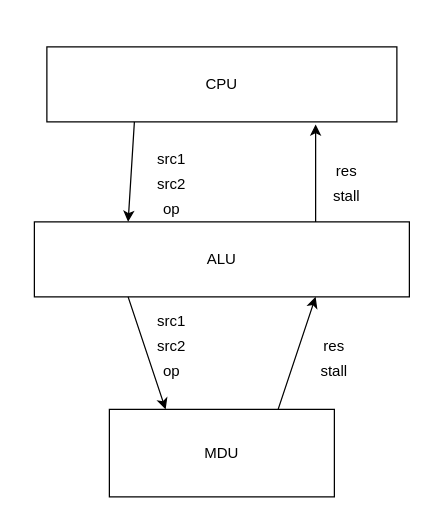
The draw.io diagram difftes.drawio in Ziyue-Zhang/thesis-picture, before the edit. Source tidied: cells renumbered, new cells numbered last; positions are measured from the earlier drawing's top-left corner, leaving out a move shared by most shapes. Both pictures are drawn from the tidied source at 125%, with x=0, y=0 at pixel (34, 46).
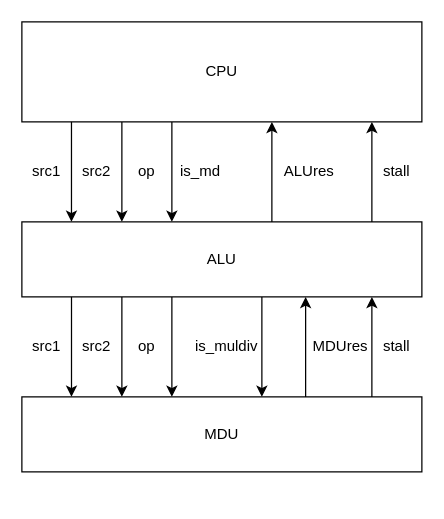
Above is the later version.

Change to the diagram source:
```diff
@@
     <mxCell id="2" value="MDU" style="rounded=0;whiteSpace=wrap;html=1;" parent="1" vertex="1">
-      <mxGeometry x="60" y="290" width="180" height="70" as="geometry" />
+      <mxGeometry x="-10" y="280" width="320" height="60" as="geometry" />
     </mxCell>
     <mxCell id="3" value="ALU" style="rounded=0;whiteSpace=wrap;html=1;" parent="1" vertex="1">
-      <mxGeometry y="140" width="300" height="60" as="geometry" />
+      <mxGeometry x="-10" y="140" width="320" height="60" as="geometry" />
     </mxCell>
     <mxCell id="4" value="CPU" style="rounded=0;whiteSpace=wrap;html=1;" parent="1" vertex="1">
-      <mxGeometry x="10" width="280" height="60" as="geometry" />
+      <mxGeometry x="-10" y="-20" width="320" height="80" as="geometry" />
     </mxCell>
-    <mxCell id="5" style="endArrow=classic;html=1;exitX=0.25;exitY=1;exitDx=0;exitDy=0;entryX=0.25;entryY=0;entryDx=0;entryDy=0;" parent="1" edge="1" source="4" target="3">
+    <mxCell id="5" style="endArrow=classic;html=1;entryX=0.124;entryY=0;entryDx=0;entryDy=0;entryPerimeter=0;exitX=0.124;exitY=1;exitDx=0;exitDy=0;exitPerimeter=0;" parent="1" edge="1" source="4" target="3">
       <mxGeometry relative="1" as="geometry" />
     </mxCell>
     <mxCell id="6" value="src1" style="text;html=1;strokeColor=none;fillColor=none;align=center;verticalAlign=middle;whiteSpace=wrap;rounded=0;" parent="1" vertex="1">
-      <mxGeometry x="90" y="80" width="40" height="20" as="geometry" />
+      <mxGeometry x="-10" y="90" width="40" height="20" as="geometry" />
     </mxCell>
     <mxCell id="7" value="src2" style="text;html=1;strokeColor=none;fillColor=none;align=center;verticalAlign=middle;whiteSpace=wrap;rounded=0;" parent="1" vertex="1">
-      <mxGeometry x="90" y="100" width="40" height="20" as="geometry" />
+      <mxGeometry x="30" y="90" width="40" height="20" as="geometry" />
     </mxCell>
     <mxCell id="8" value="op" style="text;html=1;strokeColor=none;fillColor=none;align=center;verticalAlign=middle;whiteSpace=wrap;rounded=0;" parent="1" vertex="1">
-      <mxGeometry x="90" y="120" width="40" height="20" as="geometry" />
+      <mxGeometry x="70" y="90" width="40" height="20" as="geometry" />
     </mxCell>
-    <mxCell id="9" style="endArrow=classic;html=1;exitX=0.75;exitY=0;exitDx=0;exitDy=0;entryX=0.75;entryY=1;entryDx=0;entryDy=0;" parent="1" edge="1" source="2" target="3">
-      <mxGeometry relative="1" as="geometry" />
-    </mxCell>
+    <mxCell id="14" style="endArrow=classic;html=1;exitX=0.625;exitY=0;exitDx=0;exitDy=0;exitPerimeter=0;" parent="1" edge="1" source="3">
+      <mxGeometry relative="1" as="geometry">
+        <mxPoint x="190" y="60" as="targetPoint" />
+      </mxGeometry>
+    </mxCell>
+    <mxCell id="15" value="ALUres" style="text;html=1;strokeColor=none;fillColor=none;align=center;verticalAlign=middle;whiteSpace=wrap;rounded=0;" parent="1" vertex="1">
+      <mxGeometry x="200" y="90" width="40" height="20" as="geometry" />
+    </mxCell>
+    <mxCell id="16" value="stall" style="text;html=1;strokeColor=none;fillColor=none;align=center;verticalAlign=middle;whiteSpace=wrap;rounded=0;" parent="1" vertex="1">
+      <mxGeometry x="270" y="90" width="40" height="20" as="geometry" />
+    </mxCell>
+    <mxCell id="19" style="endArrow=classic;html=1;entryX=0.124;entryY=0;entryDx=0;entryDy=0;entryPerimeter=0;exitX=0.124;exitY=1;exitDx=0;exitDy=0;exitPerimeter=0;" parent="1" edge="1">
+      <mxGeometry relative="1" as="geometry">
+        <mxPoint x="70" y="60" as="sourcePoint" />
+        <mxPoint x="70" y="140" as="targetPoint" />
+      </mxGeometry>
+    </mxCell>
+    <mxCell id="20" style="endArrow=classic;html=1;entryX=0.124;entryY=0;entryDx=0;entryDy=0;entryPerimeter=0;exitX=0.124;exitY=1;exitDx=0;exitDy=0;exitPerimeter=0;" parent="1" edge="1">
+      <mxGeometry relative="1" as="geometry">
+        <mxPoint x="110" y="60" as="sourcePoint" />
+        <mxPoint x="110" y="140" as="targetPoint" />
+      </mxGeometry>
+    </mxCell>
+    <mxCell id="21" style="endArrow=classic;html=1;exitX=0.625;exitY=0;exitDx=0;exitDy=0;exitPerimeter=0;" parent="1" edge="1">
+      <mxGeometry relative="1" as="geometry">
+        <mxPoint x="270" y="140" as="sourcePoint" />
+        <mxPoint x="270" y="60" as="targetPoint" />
+      </mxGeometry>
+    </mxCell>
+    <mxCell id="22" style="endArrow=classic;html=1;entryX=0.124;entryY=0;entryDx=0;entryDy=0;entryPerimeter=0;exitX=0.124;exitY=1;exitDx=0;exitDy=0;exitPerimeter=0;" parent="1" edge="1">
+      <mxGeometry relative="1" as="geometry">
+        <mxPoint x="29.7" y="200" as="sourcePoint" />
+        <mxPoint x="29.7" y="280" as="targetPoint" />
+      </mxGeometry>
+    </mxCell>
     <mxCell id="10" value="src1" style="text;html=1;strokeColor=none;fillColor=none;align=center;verticalAlign=middle;whiteSpace=wrap;rounded=0;" parent="1" vertex="1">
-      <mxGeometry x="90" y="210" width="40" height="20" as="geometry" />
+      <mxGeometry x="-10" y="230" width="40" height="20" as="geometry" />
     </mxCell>
     <mxCell id="11" value="src2" style="text;html=1;strokeColor=none;fillColor=none;align=center;verticalAlign=middle;whiteSpace=wrap;rounded=0;" parent="1" vertex="1">
-      <mxGeometry x="90" y="230" width="40" height="20" as="geometry" />
+      <mxGeometry x="30" y="230" width="40" height="20" as="geometry" />
     </mxCell>
     <mxCell id="12" value="op" style="text;html=1;strokeColor=none;fillColor=none;align=center;verticalAlign=middle;whiteSpace=wrap;rounded=0;" parent="1" vertex="1">
-      <mxGeometry x="90" y="250" width="40" height="20" as="geometry" />
+      <mxGeometry x="70" y="230" width="40" height="20" as="geometry" />
     </mxCell>
-    <mxCell id="13" style="endArrow=classic;html=1;exitX=0.25;exitY=1;exitDx=0;exitDy=0;entryX=0.25;entryY=0;entryDx=0;entryDy=0;" parent="1" edge="1" source="3" target="2">
-      <mxGeometry relative="1" as="geometry" />
-    </mxCell>
-    <mxCell id="14" style="endArrow=classic;html=1;exitX=0.75;exitY=0;exitDx=0;exitDy=0;" parent="1" edge="1" source="3">
-      <mxGeometry relative="1" as="geometry">
-        <mxPoint x="225" y="62" as="targetPoint" />
-      </mxGeometry>
-    </mxCell>
-    <mxCell id="15" value="res" style="text;html=1;strokeColor=none;fillColor=none;align=center;verticalAlign=middle;whiteSpace=wrap;rounded=0;" parent="1" vertex="1">
-      <mxGeometry x="230" y="90" width="40" height="20" as="geometry" />
-    </mxCell>
-    <mxCell id="16" value="stall" style="text;html=1;strokeColor=none;fillColor=none;align=center;verticalAlign=middle;whiteSpace=wrap;rounded=0;" parent="1" vertex="1">
-      <mxGeometry x="230" y="110" width="40" height="20" as="geometry" />
-    </mxCell>
-    <mxCell id="17" value="res" style="text;html=1;strokeColor=none;fillColor=none;align=center;verticalAlign=middle;whiteSpace=wrap;rounded=0;" parent="1" vertex="1">
-      <mxGeometry x="220" y="230" width="40" height="20" as="geometry" />
-    </mxCell>
+    <mxCell id="23" style="endArrow=classic;html=1;exitX=0.625;exitY=0;exitDx=0;exitDy=0;exitPerimeter=0;" parent="1" edge="1">
+      <mxGeometry relative="1" as="geometry">
+        <mxPoint x="217" y="280" as="sourcePoint" />
+        <mxPoint x="217" y="200" as="targetPoint" />
+      </mxGeometry>
+    </mxCell>
+    <mxCell id="24" value="MDUres" style="text;html=1;strokeColor=none;fillColor=none;align=center;verticalAlign=middle;whiteSpace=wrap;rounded=0;" parent="1" vertex="1">
+      <mxGeometry x="225" y="230" width="40" height="20" as="geometry" />
+    </mxCell>
     <mxCell id="18" value="stall" style="text;html=1;strokeColor=none;fillColor=none;align=center;verticalAlign=middle;whiteSpace=wrap;rounded=0;" parent="1" vertex="1">
-      <mxGeometry x="220" y="250" width="40" height="20" as="geometry" />
+      <mxGeometry x="270" y="230" width="40" height="20" as="geometry" />
     </mxCell>
+    <mxCell id="25" style="endArrow=classic;html=1;entryX=0.124;entryY=0;entryDx=0;entryDy=0;entryPerimeter=0;exitX=0.124;exitY=1;exitDx=0;exitDy=0;exitPerimeter=0;" parent="1" edge="1">
+      <mxGeometry relative="1" as="geometry">
+        <mxPoint x="70" y="200" as="sourcePoint" />
+        <mxPoint x="70" y="280" as="targetPoint" />
+      </mxGeometry>
+    </mxCell>
+    <mxCell id="26" style="endArrow=classic;html=1;entryX=0.124;entryY=0;entryDx=0;entryDy=0;entryPerimeter=0;exitX=0.124;exitY=1;exitDx=0;exitDy=0;exitPerimeter=0;" parent="1" edge="1">
+      <mxGeometry relative="1" as="geometry">
+        <mxPoint x="110" y="200" as="sourcePoint" />
+        <mxPoint x="110" y="280" as="targetPoint" />
+      </mxGeometry>
+    </mxCell>
+    <mxCell id="27" style="endArrow=classic;html=1;exitX=0.625;exitY=0;exitDx=0;exitDy=0;exitPerimeter=0;" parent="1" edge="1">
+      <mxGeometry relative="1" as="geometry">
+        <mxPoint x="270" y="280" as="sourcePoint" />
+        <mxPoint x="270" y="200" as="targetPoint" />
+      </mxGeometry>
+    </mxCell>
+    <mxCell id="28" style="endArrow=classic;html=1;entryX=0.124;entryY=0;entryDx=0;entryDy=0;entryPerimeter=0;exitX=0.124;exitY=1;exitDx=0;exitDy=0;exitPerimeter=0;" parent="1" edge="1">
+      <mxGeometry relative="1" as="geometry">
+        <mxPoint x="182" y="200" as="sourcePoint" />
+        <mxPoint x="182" y="280" as="targetPoint" />
+      </mxGeometry>
+    </mxCell>
+    <mxCell id="29" value="is_md" style="text;html=1;strokeColor=none;fillColor=none;align=center;verticalAlign=middle;whiteSpace=wrap;rounded=0;" parent="1" vertex="1">
+      <mxGeometry x="113" y="90" width="40" height="20" as="geometry" />
+    </mxCell>
+    <mxCell id="30" value="is_muldiv" style="text;html=1;strokeColor=none;fillColor=none;align=center;verticalAlign=middle;whiteSpace=wrap;rounded=0;" parent="1" vertex="1">
+      <mxGeometry x="134" y="230" width="40" height="20" as="geometry" />
+    </mxCell>
```
